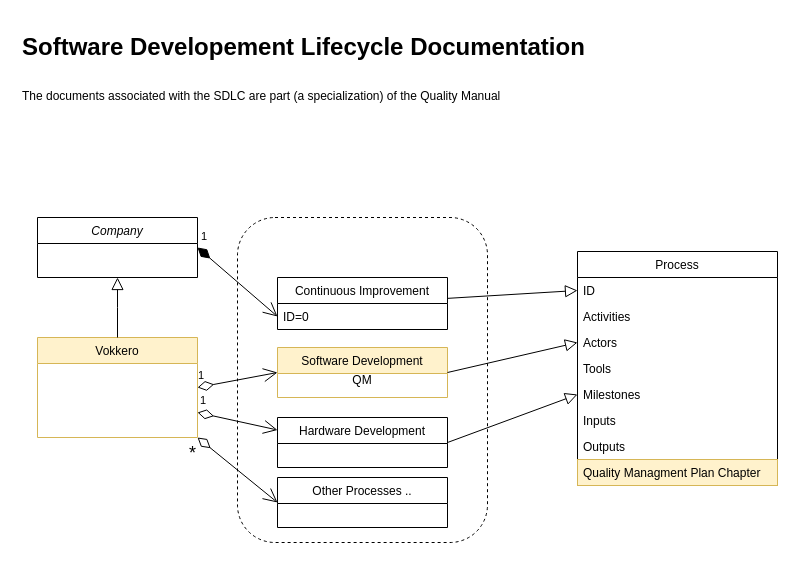
Earlier version of the draw.io diagram images/Untitled Diagram.drawio (mtitinger/zz_doc). Source tidied: cells renumbered, new cells numbered last; positions are measured from the earlier drawing's top-left corner, leaving out a move shared by most shapes. Both pictures are drawn from the tidied source at 100%, with x=0, y=0 at pixel (17, 27).
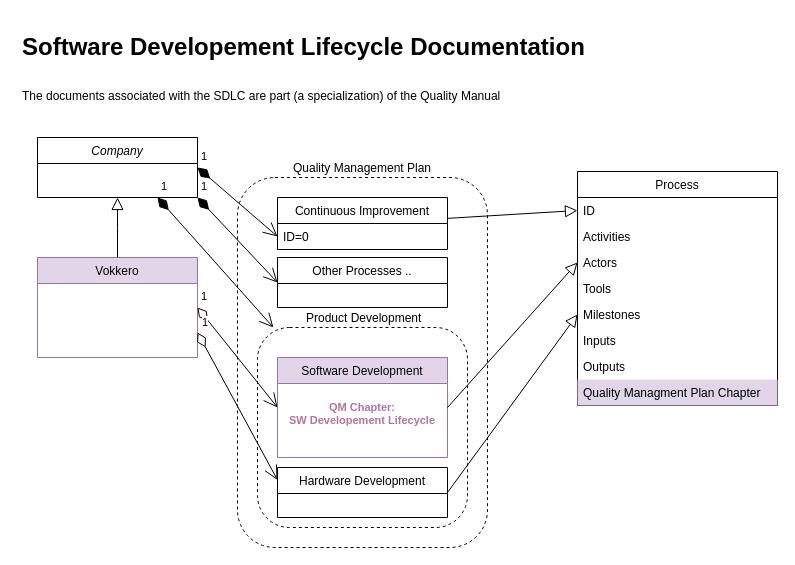
Above is the later version.

Diff of the diagram source:
```diff
@@
-    <mxCell id="2" value="QM" style="rounded=1;whiteSpace=wrap;html=1;dashed=1;" parent="1" vertex="1">
-      <mxGeometry x="220" y="190" width="250" height="325" as="geometry" />
+    <mxCell id="2" value="Quality Management Plan" style="rounded=1;whiteSpace=wrap;html=1;dashed=1;align=center;labelPosition=center;verticalLabelPosition=top;verticalAlign=bottom;" parent="1" vertex="1">
+      <mxGeometry x="220" y="150" width="250" height="370" as="geometry" />
     </mxCell>
     <mxCell id="3" value="Company" style="swimlane;fontStyle=2;align=center;verticalAlign=top;horizontal=1;startSize=26;rounded=0;shadow=0;strokeWidth=1;" parent="1" vertex="1">
-      <mxGeometry x="20" y="190" width="160" height="60" as="geometry" />
+      <mxGeometry x="20" y="110" width="160" height="60" as="geometry" />
     </mxCell>
-    <mxCell id="4" value="Vokkero" style="swimlane;fontStyle=0;align=center;verticalAlign=top;horizontal=1;startSize=26;rounded=0;shadow=0;strokeWidth=1;fillColor=#fff2cc;strokeColor=#d6b656;" parent="1" vertex="1">
-      <mxGeometry x="20" y="310" width="160" height="100" as="geometry" />
+    <mxCell id="4" value="Vokkero" style="swimlane;fontStyle=0;align=center;verticalAlign=top;horizontal=1;startSize=26;rounded=0;shadow=0;strokeWidth=1;fillColor=#e1d5e7;strokeColor=#9673a6;" parent="1" vertex="1">
+      <mxGeometry x="20" y="230" width="160" height="100" as="geometry" />
     </mxCell>
@@
     <mxCell id="6" value="Process" style="swimlane;fontStyle=0;align=center;verticalAlign=top;horizontal=1;startSize=26;rounded=0;shadow=0;strokeWidth=1;" parent="1" vertex="1">
-      <mxGeometry x="560" y="224" width="200" height="234" as="geometry" />
+      <mxGeometry x="560" y="144" width="200" height="234" as="geometry" />
     </mxCell>
@@
-    <mxCell id="14" value="Quality Managment Plan Chapter" style="text;align=left;verticalAlign=top;spacingLeft=4;spacingRight=4;overflow=hidden;rounded=0;shadow=0;html=0;fillColor=#fff2cc;strokeColor=#d6b656;" parent="6" vertex="1">
+    <mxCell id="14" value="Quality Managment Plan Chapter" style="text;align=left;verticalAlign=top;spacingLeft=4;spacingRight=4;overflow=hidden;rounded=0;shadow=0;html=0;fillColor=#e1d5e7;strokeColor=none;" parent="6" vertex="1">
       <mxGeometry y="208" width="200" height="26" as="geometry" />
     </mxCell>
@@
+    <mxCell id="28" value="&lt;span style=&quot;white-space: pre&quot;&gt; &lt;/span&gt;Product Development" style="rounded=1;whiteSpace=wrap;html=1;dashed=1;align=center;labelPosition=center;verticalLabelPosition=top;verticalAlign=bottom;arcSize=16;" parent="1" vertex="1">
+      <mxGeometry x="240" y="300" width="210" height="200" as="geometry" />
+    </mxCell>
-    <mxCell id="16" value="Software Development" style="swimlane;fontStyle=0;align=center;verticalAlign=top;horizontal=1;startSize=26;rounded=0;shadow=0;strokeWidth=1;fillColor=#fff2cc;strokeColor=#d6b656;" parent="1" vertex="1">
-      <mxGeometry x="260" y="320" width="170" height="50" as="geometry" />
+    <mxCell id="16" value="Software Development" style="swimlane;fontStyle=0;align=center;verticalAlign=top;horizontal=1;startSize=26;rounded=0;shadow=0;strokeWidth=1;fillColor=#e1d5e7;strokeColor=#9673a6;" parent="1" vertex="1">
+      <mxGeometry x="260" y="330" width="170" height="100" as="geometry" />
     </mxCell>
@@
     <mxCell id="18" value="Continuous Improvement" style="swimlane;fontStyle=0;align=center;verticalAlign=top;horizontal=1;startSize=26;rounded=0;shadow=0;strokeWidth=1;" parent="1" vertex="1">
-      <mxGeometry x="260" y="250" width="170" height="52" as="geometry" />
+      <mxGeometry x="260" y="170" width="170" height="52" as="geometry" />
     </mxCell>
@@
     <mxCell id="21" value="Hardware Development" style="swimlane;fontStyle=0;align=center;verticalAlign=top;horizontal=1;startSize=26;rounded=0;shadow=0;strokeWidth=1;" parent="1" vertex="1">
-      <mxGeometry x="260" y="390" width="170" height="50" as="geometry" />
+      <mxGeometry x="260" y="440" width="170" height="50" as="geometry" />
     </mxCell>
@@
-    <mxCell id="26" value="&lt;font style=&quot;font-size: 18px&quot;&gt;*&lt;/font&gt;" style="endArrow=open;html=1;endSize=12;startArrow=diamondThin;startSize=14;startFill=0;align=left;verticalAlign=bottom;rounded=0;exitX=1;exitY=1;exitDx=0;exitDy=0;entryX=0;entryY=0.5;entryDx=0;entryDy=0;" parent="1" edge="1" source="4" target="27">
-      <mxGeometry x="-0.78" y="-30" relative="1" as="geometry" />
-    </mxCell>
     <mxCell id="27" value="Other Processes .." style="swimlane;fontStyle=0;align=center;verticalAlign=top;horizontal=1;startSize=26;rounded=0;shadow=0;strokeWidth=1;" parent="1" vertex="1">
-      <mxGeometry x="260" y="450" width="170" height="50" as="geometry" />
+      <mxGeometry x="260" y="230" width="170" height="50" as="geometry" />
     </mxCell>
+    <mxCell id="29" value="QM Chapter:&#10;SW Developement Lifecycle" style="text;align=center;verticalAlign=top;spacingLeft=4;spacingRight=4;overflow=hidden;rounded=0;shadow=0;html=0;fontStyle=1;fontSize=11;fontColor=#B5739D;" parent="1" vertex="1">
+      <mxGeometry x="265" y="367" width="160" height="56" as="geometry" />
+    </mxCell>
+    <mxCell id="30" value="1" style="endArrow=open;html=1;endSize=12;startArrow=diamondThin;startSize=14;startFill=1;align=left;verticalAlign=bottom;rounded=0;exitX=0.75;exitY=1;exitDx=0;exitDy=0;" parent="1" edge="1" source="3" target="28">
+      <mxGeometry x="-1" y="3" relative="1" as="geometry" />
+    </mxCell>
+    <mxCell id="31" style="edgeStyle=none;rounded=0;orthogonalLoop=1;jettySize=auto;html=1;entryX=1;entryY=1;entryDx=0;entryDy=0;fontSize=18;startArrow=diamondThin;startFill=0;" parent="1" edge="1" source="3" target="3">
+      <mxGeometry relative="1" as="geometry" />
+    </mxCell>
+    <mxCell id="32" value="1" style="endArrow=open;html=1;endSize=12;startArrow=diamondThin;startSize=14;startFill=1;align=left;verticalAlign=bottom;rounded=0;exitX=1;exitY=1;exitDx=0;exitDy=0;entryX=0;entryY=0.5;entryDx=0;entryDy=0;" parent="1" edge="1" source="3" target="27">
+      <mxGeometry x="-1" y="3" relative="1" as="geometry" />
+    </mxCell>
```
